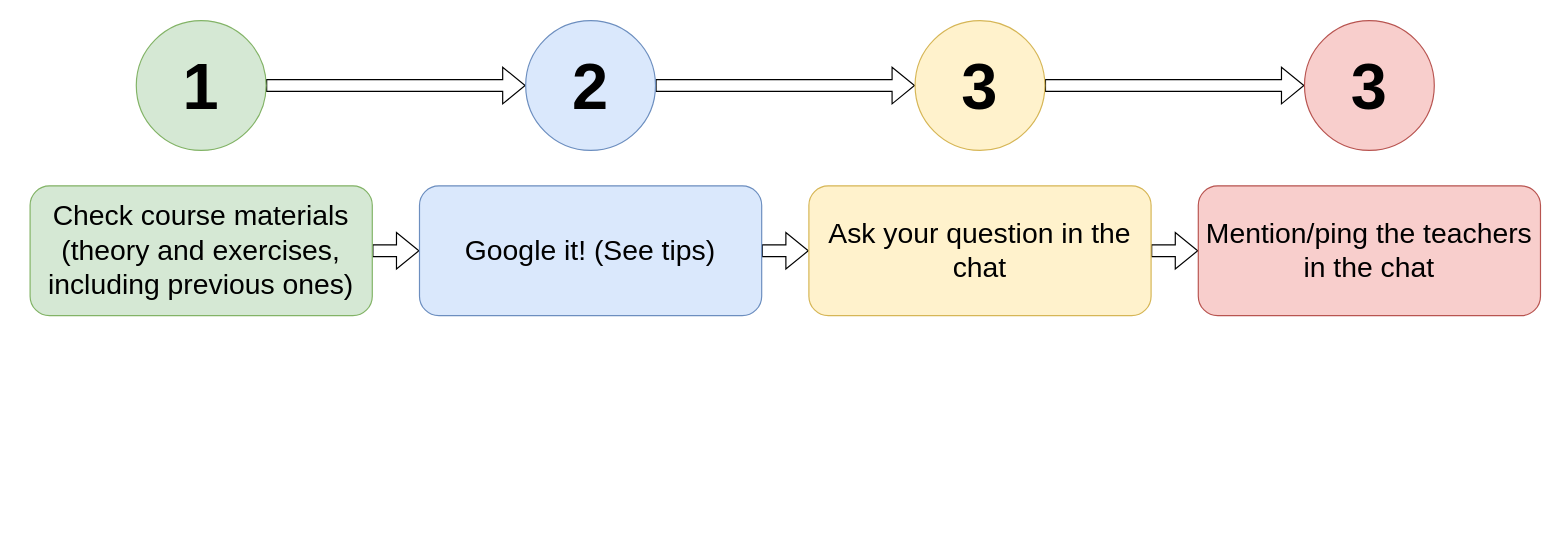
Before: Assets/GIS_troubleshooting_process.drawio in haseeb-cb/fundamentals-of-gis, a draw.io diagram. Source tidied: cells renumbered, new cells numbered last; positions are measured from the earlier drawing's top-left corner, leaving out a move shared by most shapes. Both pictures are drawn from the tidied source at 118%, with x=0, y=0 at pixel (30, 20).
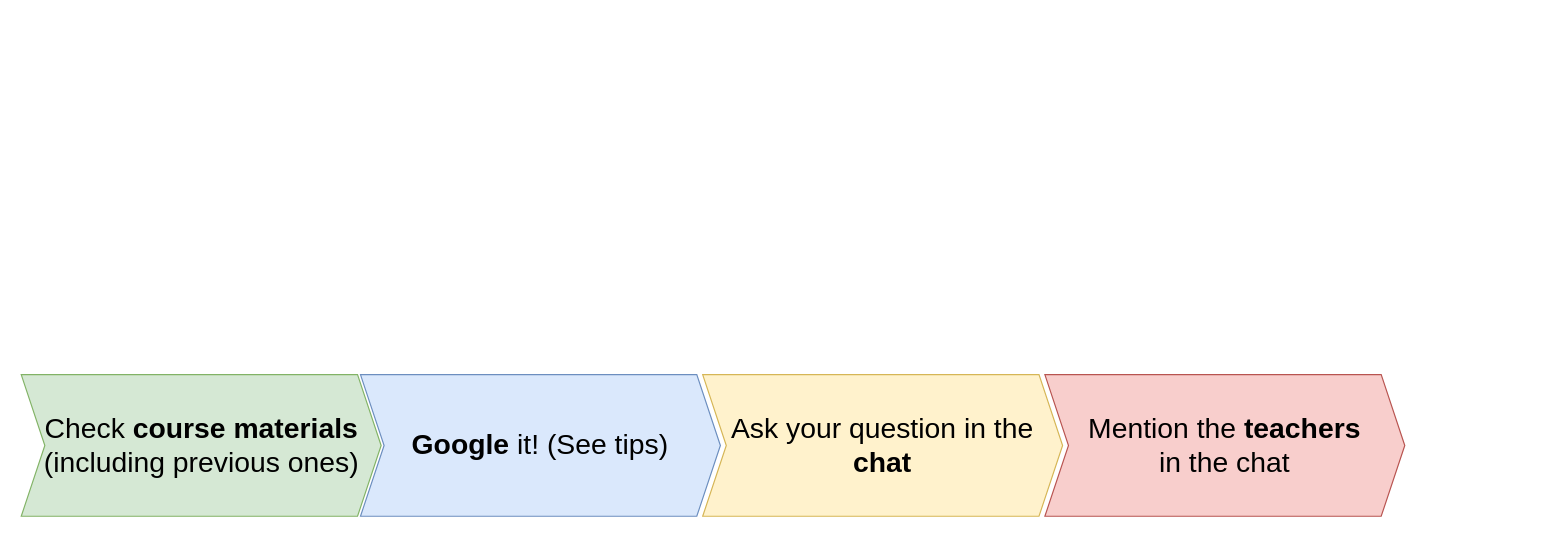
The same diagram, later.

The edit, as a diff of the source:
```diff
@@
 <mxGraphModel>
   <root>
     <mxCell id="0" />
     <mxCell id="1" parent="0" />
-    <mxCell id="2" style="edgeStyle=orthogonalEdgeStyle;rounded=0;jettySize=auto;html=1;exitX=1;exitY=0.5;exitDx=0;exitDy=0;entryX=0;entryY=0.5;entryDx=0;entryDy=0;shape=flexArrow;" parent="1" edge="1" source="3" target="9">
-      <mxGeometry relative="1" as="geometry" />
-    </mxCell>
-    <mxCell id="3" value="&lt;font style=&quot;font-size: 24px;&quot;&gt;Check course materials (theory and exercises, including previous ones)&lt;br&gt;&lt;/font&gt;" style="rounded=1;whiteSpace=wrap;html=1;fillColor=#d5e8d4;strokeColor=#82b366;" parent="1" vertex="1">
-      <mxGeometry y="140" width="290" height="110" as="geometry" />
-    </mxCell>
-    <mxCell id="4" style="edgeStyle=orthogonalEdgeStyle;rounded=0;jettySize=auto;html=1;exitX=1;exitY=0.5;exitDx=0;exitDy=0;entryX=0;entryY=0.5;entryDx=0;entryDy=0;strokeWidth=1;shape=flexArrow;" parent="1" edge="1" source="5" target="7">
-      <mxGeometry relative="1" as="geometry" />
-    </mxCell>
-    <mxCell id="5" value="&lt;b&gt;&lt;font style=&quot;font-size: 55px;&quot;&gt;&lt;font style=&quot;font-size: 55px;&quot;&gt;1&lt;/font&gt;&lt;/font&gt;&lt;/b&gt;" style="ellipse;whiteSpace=wrap;html=1;fillColor=#d5e8d4;strokeColor=#82b366;" parent="1" vertex="1">
-      <mxGeometry x="90" width="110" height="110" as="geometry" />
-    </mxCell>
-    <mxCell id="6" style="edgeStyle=orthogonalEdgeStyle;rounded=0;jettySize=auto;html=1;exitX=1;exitY=0.5;exitDx=0;exitDy=0;entryX=0;entryY=0.5;entryDx=0;entryDy=0;strokeWidth=1;shape=flexArrow;" parent="1" edge="1" source="7" target="11">
-      <mxGeometry relative="1" as="geometry" />
-    </mxCell>
-    <mxCell id="7" value="&lt;font style=&quot;font-size: 55px;&quot;&gt;&lt;b&gt;&lt;font style=&quot;font-size: 55px;&quot;&gt;2&lt;/font&gt;&lt;/b&gt;&lt;/font&gt;" style="ellipse;whiteSpace=wrap;html=1;fillColor=#dae8fc;strokeColor=#6c8ebf;" parent="1" vertex="1">
-      <mxGeometry x="420" width="110" height="110" as="geometry" />
-    </mxCell>
-    <mxCell id="8" style="edgeStyle=orthogonalEdgeStyle;rounded=0;jettySize=auto;html=1;exitX=1;exitY=0.5;exitDx=0;exitDy=0;entryX=0;entryY=0.5;entryDx=0;entryDy=0;shape=flexArrow;" parent="1" edge="1" source="9" target="13">
-      <mxGeometry relative="1" as="geometry" />
-    </mxCell>
+    <mxCell id="16" value="&lt;font style=&quot;font-size: 24px;&quot;&gt;Check &lt;b&gt;course materials&lt;/b&gt; (including previous ones)&lt;br&gt;&lt;/font&gt;" style="shape=step;perimeter=stepPerimeter;whiteSpace=wrap;html=1;fixedSize=1;fillColor=#d5e8d4;strokeColor=#82b366;" parent="1" vertex="1">
+      <mxGeometry x="-7.5" y="300" width="305" height="120" as="geometry" />
+    </mxCell>
-    <mxCell id="9" value="&lt;font style=&quot;font-size: 24px;&quot;&gt;Google it! (See tips)&lt;br&gt;&lt;/font&gt;" style="rounded=1;whiteSpace=wrap;html=1;fillColor=#dae8fc;strokeColor=#6c8ebf;" parent="1" vertex="1">
-      <mxGeometry x="330" y="140" width="290" height="110" as="geometry" />
+    <mxCell id="9" value="&lt;font style=&quot;font-size: 24px;&quot;&gt;&lt;b&gt;Google &lt;/b&gt;it! (See tips)&lt;br&gt;&lt;/font&gt;" style="shape=step;perimeter=stepPerimeter;whiteSpace=wrap;html=1;fixedSize=1;fillColor=#dae8fc;strokeColor=#6c8ebf;" parent="1" vertex="1">
+      <mxGeometry x="280" y="300" width="305" height="120" as="geometry" />
     </mxCell>
-    <mxCell id="10" style="edgeStyle=orthogonalEdgeStyle;rounded=0;jettySize=auto;html=1;exitX=1;exitY=0.5;exitDx=0;exitDy=0;entryX=0;entryY=0.5;entryDx=0;entryDy=0;strokeWidth=1;shape=flexArrow;" parent="1" edge="1" source="11" target="14">
-      <mxGeometry relative="1" as="geometry" />
-    </mxCell>
-    <mxCell id="11" value="&lt;font style=&quot;font-size: 55px;&quot;&gt;&lt;b&gt;&lt;font style=&quot;font-size: 55px;&quot;&gt;3&lt;/font&gt;&lt;/b&gt;&lt;/font&gt;" style="ellipse;whiteSpace=wrap;html=1;fillColor=#fff2cc;strokeColor=#d6b656;" parent="1" vertex="1">
-      <mxGeometry x="750" width="110" height="110" as="geometry" />
-    </mxCell>
-    <mxCell id="12" style="edgeStyle=orthogonalEdgeStyle;rounded=0;jettySize=auto;html=1;exitX=1;exitY=0.5;exitDx=0;exitDy=0;entryX=0;entryY=0.5;entryDx=0;entryDy=0;shape=flexArrow;" parent="1" edge="1" source="13" target="15">
-      <mxGeometry relative="1" as="geometry" />
-    </mxCell>
-    <mxCell id="13" value="&lt;font style=&quot;font-size: 24px;&quot;&gt;Ask your question in the chat&lt;br&gt;&lt;/font&gt;" style="rounded=1;whiteSpace=wrap;html=1;fillColor=#fff2cc;strokeColor=#d6b656;" parent="1" vertex="1">
-      <mxGeometry x="660" y="140" width="290" height="110" as="geometry" />
+    <mxCell id="13" value="&lt;font style=&quot;font-size: 24px;&quot;&gt;Ask your question in the &lt;b&gt;chat&lt;/b&gt;&lt;br&gt;&lt;/font&gt;" style="shape=step;perimeter=stepPerimeter;whiteSpace=wrap;html=1;fixedSize=1;fillColor=#fff2cc;strokeColor=#d6b656;" parent="1" vertex="1">
+      <mxGeometry x="570" y="300" width="305" height="120" as="geometry" />
     </mxCell>
-    <mxCell id="14" value="&lt;font style=&quot;font-size: 55px;&quot;&gt;&lt;b&gt;&lt;font style=&quot;font-size: 55px;&quot;&gt;3&lt;/font&gt;&lt;/b&gt;&lt;/font&gt;" style="ellipse;whiteSpace=wrap;html=1;fillColor=#f8cecc;strokeColor=#b85450;" parent="1" vertex="1">
-      <mxGeometry x="1080" width="110" height="110" as="geometry" />
-    </mxCell>
-    <mxCell id="15" value="&lt;font style=&quot;font-size: 24px;&quot;&gt;Mention/ping the teachers in the chat&lt;br&gt;&lt;/font&gt;" style="rounded=1;whiteSpace=wrap;html=1;fillColor=#f8cecc;strokeColor=#b85450;" parent="1" vertex="1">
-      <mxGeometry x="990" y="140" width="290" height="110" as="geometry" />
-    </mxCell>
+    <mxCell id="17" value="&lt;font style=&quot;font-size: 24px;&quot;&gt;Mention the &lt;b&gt;teachers &lt;/b&gt;&lt;br&gt;in the chat&lt;br&gt;&lt;/font&gt;" style="shape=step;perimeter=stepPerimeter;whiteSpace=wrap;html=1;fixedSize=1;fillColor=#f8cecc;strokeColor=#b85450;" parent="1" vertex="1">
+      <mxGeometry x="860" y="300" width="305" height="120" as="geometry" />
+    </mxCell>
   </root>
 </mxGraphModel>
```
